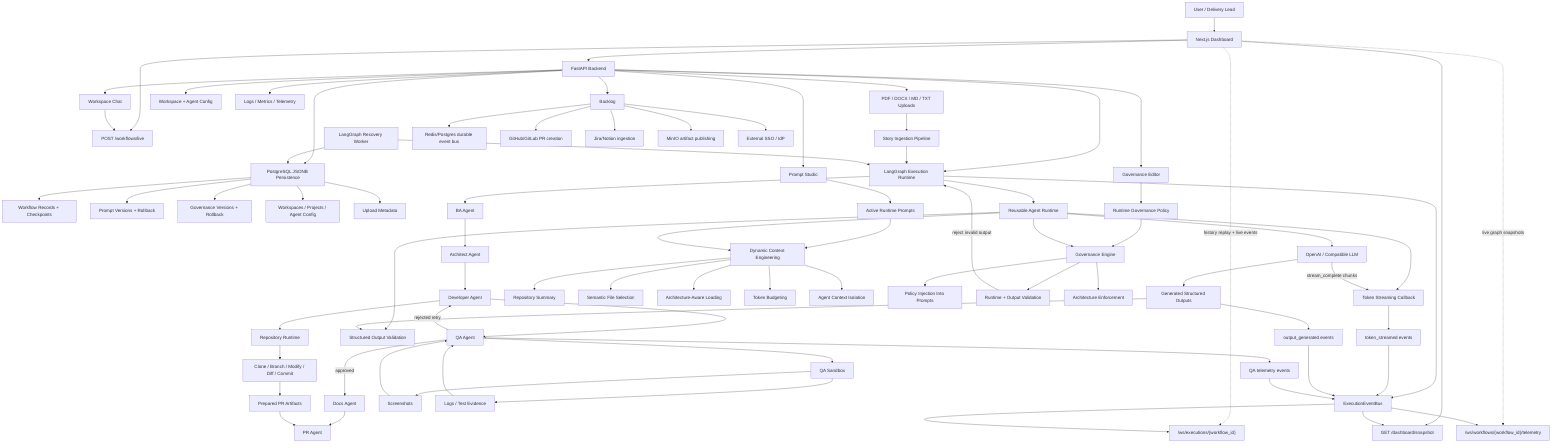
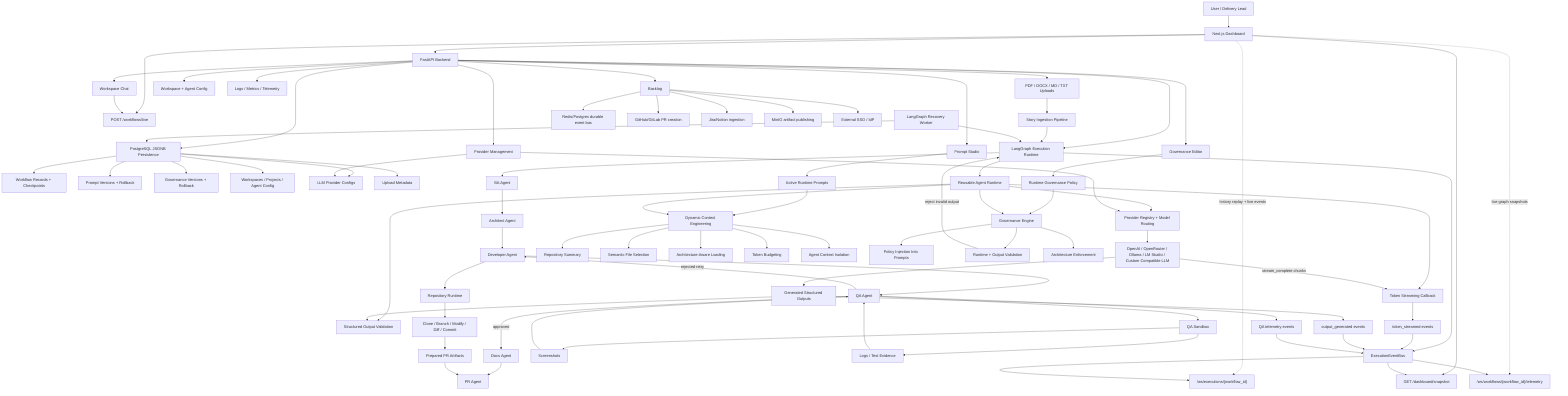
flowchart TB
  User["User / Delivery Lead"] --> Frontend["Next.js Dashboard"]
  Frontend --> API["FastAPI Backend"]
  Frontend --> Snapshot["GET /dashboard/snapshot"]
  Frontend --> LiveStart["POST /workflows/live"]
  Frontend -. "history replay + live events" .-> ExecutionWS["/ws/executions/{workflow_id}"]
  Frontend -. "live graph snapshots" .-> TelemetryWS["/ws/workflows/{workflow_id}/telemetry"]

  API --> Uploads["PDF / DOCX / MD / TXT Uploads"]
  API --> Chat["Workspace Chat"]
  API --> PromptStudio["Prompt Studio"]
  API --> GovernanceEditor["Governance Editor"]
+   API --> Providers["Provider Management"]
  API --> WorkspaceConfig["Workspace + Agent Config"]
  API --> Graph["LangGraph Execution Runtime"]
  API --> Observability["Logs / Metrics / Telemetry"]
  API --> Persistence["PostgreSQL JSONB Persistence"]

  Persistence --> WorkflowRecords["Workflow Records + Checkpoints"]
  Persistence --> PromptVersions["Prompt Versions + Rollback"]
  Persistence --> GovernanceVersions["Governance Versions + Rollback"]
  Persistence --> WorkspaceRecords["Workspaces / Projects / Agent Config"]
+   Persistence --> ProviderRecords["LLM Provider Configs"]
  Persistence --> UploadRecords["Upload Metadata"]

  Uploads --> Ingestion["Story Ingestion Pipeline"]
  Chat --> LiveStart
  Ingestion --> Graph

  PromptStudio --> RuntimePrompts["Active Runtime Prompts"]
  GovernanceEditor --> RuntimePolicy["Runtime Governance Policy"]
  RuntimePrompts --> ContextEngineering
  RuntimePolicy --> GovernanceEngine

  Graph --> BA["BA Agent"]
  BA --> Architect["Architect Agent"]
  Architect --> Developer["Developer Agent"]
  Developer --> QA["QA Agent"]
  QA -->|approved| Docs["Docs Agent"]
  QA -->|rejected retry| Developer
  Docs --> PR["PR Agent"]

  Graph --> Runtime["Reusable Agent Runtime"]
  Runtime --> ContextEngineering["Dynamic Context Engineering"]
  Runtime --> GovernanceEngine["Governance Engine"]
  Runtime --> OutputValidation["Structured Output Validation"]
  Runtime --> TokenCallback["Token Streaming Callback"]
-   Runtime --> LLM["OpenAI / Compatible LLM"]
+   Runtime --> ProviderRegistry["Provider Registry + Model Routing"]
+   ProviderRegistry --> LLM["OpenAI / OpenRouter / Ollama / LM Studio / Custom Compatible LLM"]

  ContextEngineering --> RepoSummary["Repository Summary"]
  ContextEngineering --> SemanticFiles["Semantic File Selection"]
  ContextEngineering --> ArchitectureContext["Architecture-Aware Loading"]
  ContextEngineering --> TokenBudget["Token Budgeting"]
  ContextEngineering --> AgentIsolation["Agent Context Isolation"]

  GovernanceEngine --> PromptRules["Policy Injection Into Prompts"]
  GovernanceEngine --> RuntimeValidation["Runtime + Output Validation"]
  GovernanceEngine --> ArchitectureRules["Architecture Enforcement"]
  RuntimeValidation -->|reject invalid output| Graph
+ 
+   Providers --> ProviderRegistry
+   Providers --> ProviderRecords

  Developer --> RepoRuntime["Repository Runtime"]
  RepoRuntime --> Git["Clone / Branch / Modify / Diff / Commit"]
  Git --> PRArtifacts["Prepared PR Artifacts"]
  PRArtifacts --> PR

  QA --> QASandbox["QA Sandbox"]
  QASandbox --> Screenshots["Screenshots"]
  QASandbox --> Evidence["Logs / Test Evidence"]
  Screenshots --> QA
  Evidence --> QA

  LLM -->|"stream_complete chunks"| TokenCallback
  LLM --> StructuredOutputs["Generated Structured Outputs"]
  StructuredOutputs --> OutputValidation

  Graph --> EventBus["ExecutionEventBus"]
  TokenCallback --> TokenEvents["token_streamed events"]
  StructuredOutputs --> OutputEvents["output_generated events"]
  QA --> QAEvents["QA telemetry events"]
  EventBus --> ExecutionWS
  EventBus --> TelemetryWS
  EventBus --> Snapshot
  TokenEvents --> EventBus
  OutputEvents --> EventBus
  QAEvents --> EventBus

  Worker["LangGraph Recovery Worker"] --> Persistence
  Worker --> Graph

  API --> Backlog["Backlog"]
  Backlog --> DurableEvents["Redis/Postgres durable event bus"]
  Backlog --> HostedPRs["GitHub/GitLab PR creation"]
  Backlog --> JiraNotion["Jira/Notion ingestion"]
  Backlog --> ObjectStorage["MinIO artifact publishing"]
  Backlog --> SSO["External SSO / IdP"]
